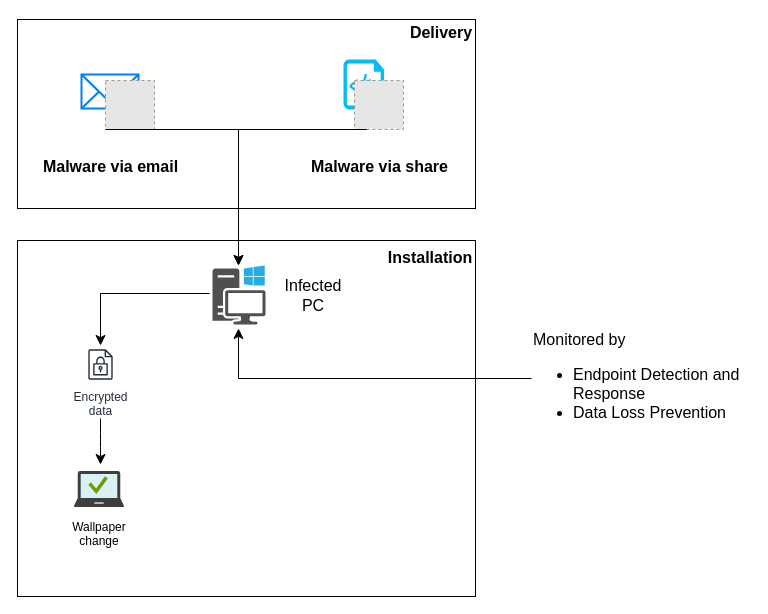
Before: Malicious Code Drill Scenario v1.drawio in tompilooo/Scenario-Drill-Test, a draw.io diagram. Source tidied: cells renumbered, new cells numbered last; positions are measured from the earlier drawing's top-left corner, leaving out a move shared by most shapes. Both pictures are drawn from the tidied source at 100%, with x=0, y=0 at pixel (17, 17). Pictures stored in the file or linked from it are replaced by grey dashed boxes.
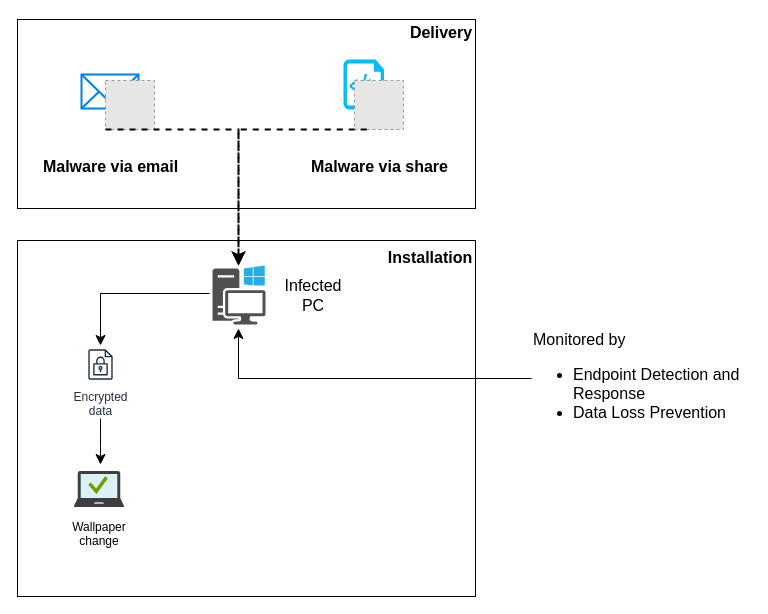
After the change.

Unchanged cells that the change refers to:
```xml
<mxCell id="4" style="sketch=0;shadow=0;dashed=0;html=1;strokeColor=none;fillColor=#505050;labelPosition=center;verticalLabelPosition=bottom;verticalAlign=top;outlineConnect=0;align=center;shape=mxgraph.office.devices.workstation_pc;fontSize=16;" parent="1" vertex="1">
  <mxGeometry x="195" y="248" width="53" height="59" as="geometry" />
</mxCell>
<mxCell id="6" style="fillColor=#E6E6E6;strokeColor=#999999;dashed=1;html=1;verticalAlign=top;verticalLabelPosition=bottom;labelBackgroundColor=#ffffff;fontSize=16;" parent="1" vertex="1">
  <mxGeometry x="88" y="63" width="49" height="49" as="geometry" />
</mxCell>
<mxCell id="8" style="fillColor=#E6E6E6;strokeColor=#999999;dashed=1;html=1;verticalAlign=top;verticalLabelPosition=bottom;labelBackgroundColor=#ffffff;fontSize=16;" parent="1" vertex="1">
  <mxGeometry x="337" y="63" width="49" height="49" as="geometry" />
</mxCell>
```

Diff of the diagram source:
```diff
@@
-    <mxCell id="9" style="edgeStyle=elbowEdgeStyle;elbow=horizontal;endArrow=classic;html=1;curved=0;rounded=0;endSize=8;startSize=8;fontSize=12;exitX=0;exitY=1;exitDx=0;exitDy=0;" parent="1" edge="1" source="6" target="4">
+    <mxCell id="9" style="edgeStyle=elbowEdgeStyle;elbow=horizontal;endArrow=classic;html=1;curved=0;rounded=0;endSize=8;startSize=8;fontSize=12;exitX=0;exitY=1;exitDx=0;exitDy=0;strokeWidth=2;dashed=1;" parent="1" edge="1" source="6" target="4">
       <mxGeometry relative="1" as="geometry">
         <Array as="points">
           <mxPoint x="221" y="162" />
         </Array>
       </mxGeometry>
     </mxCell>
-    <mxCell id="10" style="edgeStyle=elbowEdgeStyle;elbow=horizontal;endArrow=classic;html=1;curved=0;rounded=0;endSize=8;startSize=8;fontSize=12;exitX=0.25;exitY=1;exitDx=0;exitDy=0;" parent="1" edge="1" source="8" target="4">
+    <mxCell id="10" style="edgeStyle=elbowEdgeStyle;elbow=horizontal;endArrow=classic;html=1;curved=0;rounded=0;endSize=8;startSize=8;fontSize=12;exitX=0.25;exitY=1;exitDx=0;exitDy=0;strokeWidth=2;dashed=1;" parent="1" edge="1" source="8" target="4">
       <mxGeometry relative="1" as="geometry">
         <Array as="points">
           <mxPoint x="221" y="119" />
         </Array>
       </mxGeometry>
     </mxCell>
```
